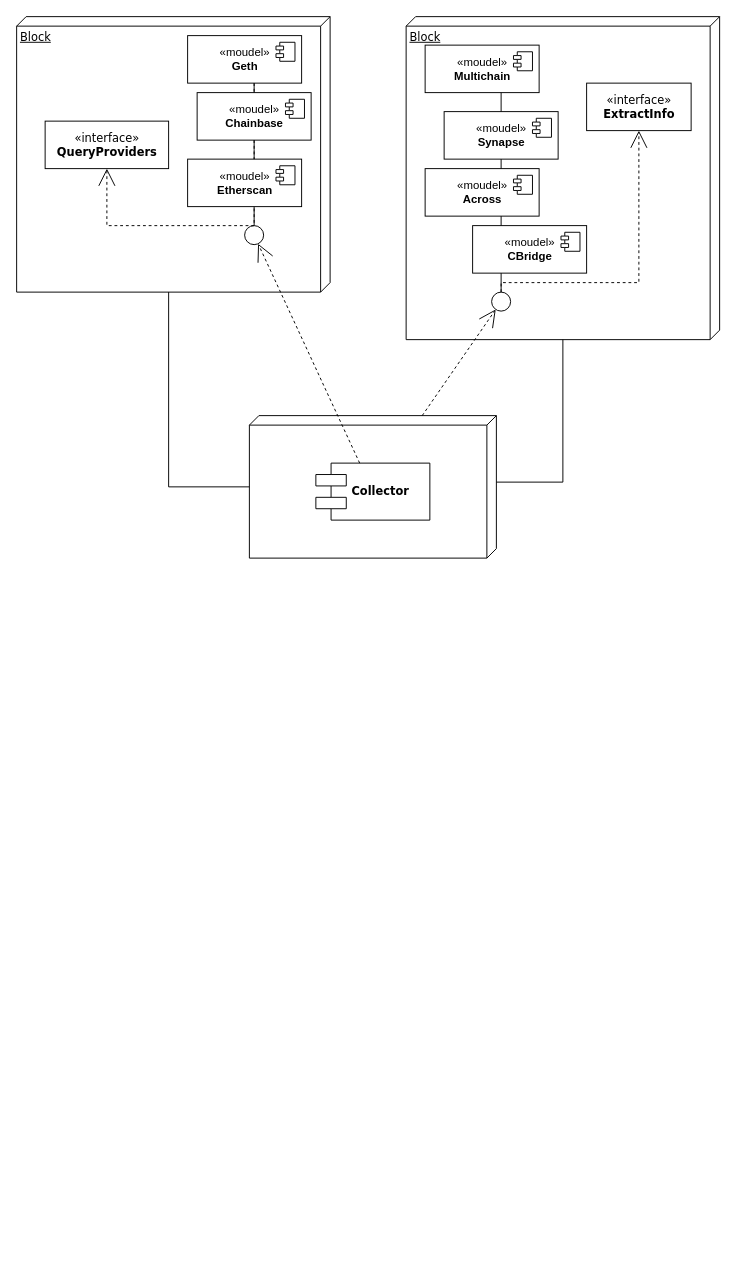
Before: page "Page-1" (1 of 4) of 模块.drawio in newTechToX/cross_chain, a draw.io diagram. Source tidied: cells renumbered, new cells numbered last; positions are measured from the earlier drawing's top-left corner, leaving out a move shared by most shapes. Both pictures are drawn from the tidied source at 95%, with x=0, y=0 at pixel (16, 16).
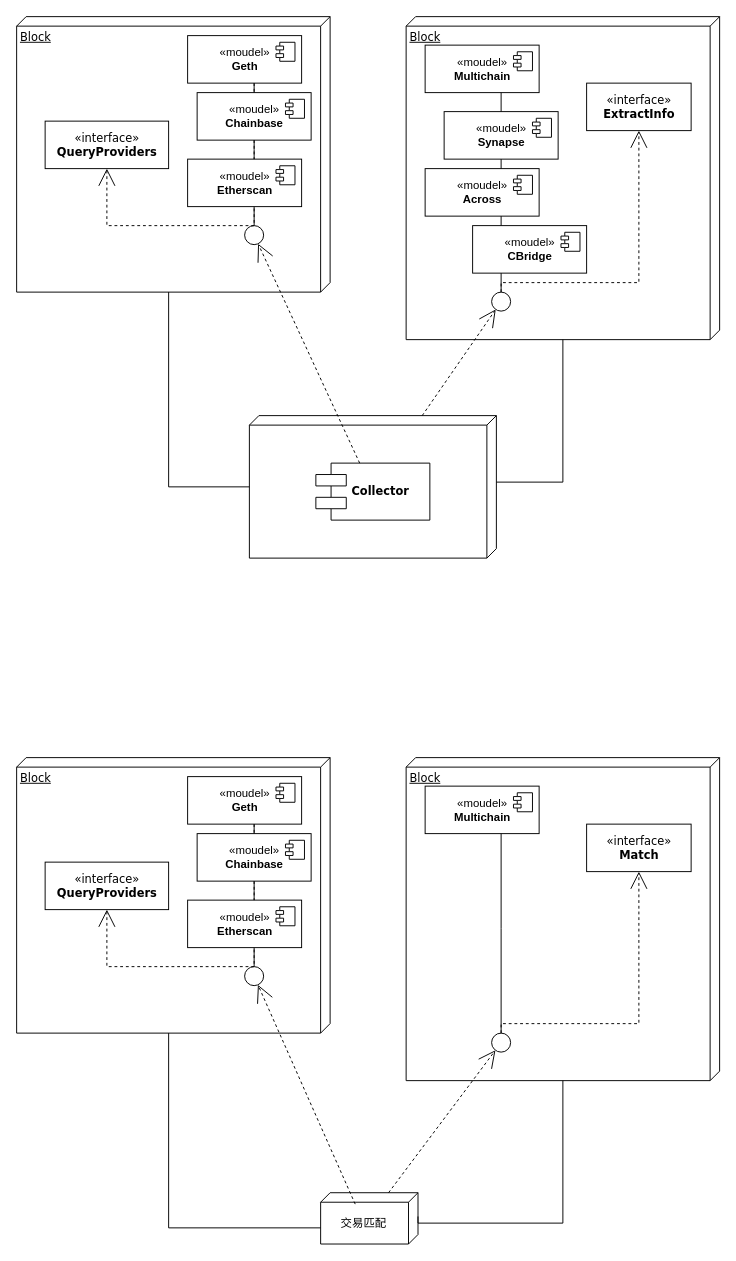
The same diagram, later.

The edit, as a diff of the source:
```diff
@@
+    <mxCell id="32" value="Block" style="verticalAlign=top;align=left;spacingTop=8;spacingLeft=2;spacingRight=12;shape=cube;size=10;direction=south;fontStyle=4;html=1;rounded=0;shadow=0;comic=0;labelBackgroundColor=none;strokeWidth=1;fontFamily=Verdana;fontSize=12;" parent="1" vertex="1">
+      <mxGeometry y="780" width="330" height="290" as="geometry" />
+    </mxCell>
+    <mxCell id="33" value="Block" style="verticalAlign=top;align=left;spacingTop=8;spacingLeft=2;spacingRight=12;shape=cube;size=10;direction=south;fontStyle=4;html=1;rounded=0;shadow=0;comic=0;labelBackgroundColor=none;strokeWidth=1;fontFamily=Verdana;fontSize=12;" parent="1" vertex="1">
+      <mxGeometry x="410" y="780" width="330" height="340" as="geometry" />
+    </mxCell>
+    <mxCell id="34" style="verticalAlign=top;align=left;spacingTop=8;spacingLeft=2;spacingRight=12;shape=cube;size=10;direction=south;fontStyle=4;html=1;rounded=0;shadow=0;comic=0;labelBackgroundColor=none;strokeWidth=1;fontFamily=Verdana;fontSize=12;" parent="1" vertex="1">
+      <mxGeometry x="320" y="1238" width="102.5" height="54" as="geometry" />
+    </mxCell>
+    <mxCell id="35" value="«interface»&lt;br&gt;&lt;b&gt;QueryProviders&lt;/b&gt;" style="html=1;rounded=0;shadow=0;comic=0;labelBackgroundColor=none;strokeWidth=1;fontFamily=Verdana;fontSize=12;align=center;" parent="1" vertex="1">
+      <mxGeometry x="30" y="890" width="130" height="50" as="geometry" />
+    </mxCell>
+    <mxCell id="36" style="ellipse;whiteSpace=wrap;html=1;rounded=0;shadow=0;comic=0;labelBackgroundColor=none;strokeWidth=1;fontFamily=Verdana;fontSize=12;align=center;" parent="1" vertex="1">
+      <mxGeometry x="240" y="1000" width="20" height="20" as="geometry" />
+    </mxCell>
+    <mxCell id="37" value="«interface»&lt;br&gt;&lt;b&gt;Match&lt;/b&gt;" style="html=1;rounded=0;shadow=0;comic=0;labelBackgroundColor=none;strokeWidth=1;fontFamily=Verdana;fontSize=12;align=center;" parent="1" vertex="1">
+      <mxGeometry x="600" y="850" width="110" height="50" as="geometry" />
+    </mxCell>
+    <mxCell id="38" style="ellipse;whiteSpace=wrap;html=1;rounded=0;shadow=0;comic=0;labelBackgroundColor=none;strokeWidth=1;fontFamily=Verdana;fontSize=12;align=center;" parent="1" vertex="1">
+      <mxGeometry x="500" y="1070" width="20" height="20" as="geometry" />
+    </mxCell>
+    <mxCell id="39" style="edgeStyle=none;rounded=0;html=1;dashed=1;labelBackgroundColor=none;startArrow=none;startFill=0;startSize=8;endArrow=open;endFill=0;endSize=16;fontFamily=Verdana;fontSize=12;" parent="1" edge="1" target="36">
+      <mxGeometry relative="1" as="geometry">
+        <mxPoint x="356.4" y="1250" as="sourcePoint" />
+      </mxGeometry>
+    </mxCell>
+    <mxCell id="40" style="edgeStyle=none;rounded=0;html=1;dashed=1;labelBackgroundColor=none;startArrow=none;startFill=0;startSize=8;endArrow=open;endFill=0;endSize=16;fontFamily=Verdana;fontSize=12;" parent="1" edge="1" source="34" target="38">
+      <mxGeometry relative="1" as="geometry" />
+    </mxCell>
+    <mxCell id="41" style="edgeStyle=elbowEdgeStyle;rounded=0;html=1;labelBackgroundColor=none;startArrow=none;startFill=0;startSize=8;endArrow=none;endFill=0;endSize=16;fontFamily=Verdana;fontSize=12;" parent="1" edge="1" source="38">
+      <mxGeometry relative="1" as="geometry">
+        <mxPoint x="510" y="850" as="targetPoint" />
+      </mxGeometry>
+    </mxCell>
+    <mxCell id="42" style="edgeStyle=elbowEdgeStyle;rounded=0;html=1;labelBackgroundColor=none;startArrow=none;startFill=0;startSize=8;endArrow=none;endFill=0;endSize=16;fontFamily=Verdana;fontSize=12;exitX=0.5;exitY=0;exitDx=0;exitDy=0;" parent="1" edge="1" source="36">
+      <mxGeometry relative="1" as="geometry">
+        <mxPoint x="250" y="840" as="targetPoint" />
+      </mxGeometry>
+    </mxCell>
+    <mxCell id="43" style="edgeStyle=orthogonalEdgeStyle;rounded=0;html=1;labelBackgroundColor=none;startArrow=none;startFill=0;startSize=8;endArrow=open;endFill=0;endSize=16;fontFamily=Verdana;fontSize=12;dashed=1;entryX=0.5;entryY=1;entryDx=0;entryDy=0;" parent="1" edge="1" target="35">
+      <mxGeometry relative="1" as="geometry">
+        <mxPoint x="250" y="850" as="sourcePoint" />
+        <Array as="points">
+          <mxPoint x="250" y="1000" />
+          <mxPoint x="95" y="1000" />
+        </Array>
+      </mxGeometry>
+    </mxCell>
+    <mxCell id="44" style="edgeStyle=orthogonalEdgeStyle;rounded=0;html=1;dashed=1;labelBackgroundColor=none;startArrow=none;startFill=0;startSize=8;endArrow=open;endFill=0;endSize=16;fontFamily=Verdana;fontSize=12;exitX=0.5;exitY=0;exitDx=0;exitDy=0;" parent="1" edge="1" source="38" target="37">
+      <mxGeometry relative="1" as="geometry">
+        <Array as="points">
+          <mxPoint x="655" y="1060" />
+        </Array>
+      </mxGeometry>
+    </mxCell>
+    <mxCell id="45" style="edgeStyle=orthogonalEdgeStyle;rounded=0;html=1;labelBackgroundColor=none;startArrow=none;startFill=0;startSize=8;endArrow=none;endFill=0;endSize=16;fontFamily=Verdana;fontSize=12;exitX=0;exitY=0;exitDx=25;exitDy=0;exitPerimeter=0;" parent="1" edge="1" source="34" target="33">
+      <mxGeometry relative="1" as="geometry">
+        <Array as="points">
+          <mxPoint x="422" y="1270" />
+          <mxPoint x="575" y="1270" />
+        </Array>
+      </mxGeometry>
+    </mxCell>
+    <mxCell id="46" style="edgeStyle=orthogonalEdgeStyle;rounded=0;html=1;labelBackgroundColor=none;startArrow=none;startFill=0;startSize=8;endArrow=none;endFill=0;endSize=16;fontFamily=Verdana;fontSize=12;entryX=0;entryY=0;entryDx=290;entryDy=170;entryPerimeter=0;" parent="1" edge="1" source="34" target="32">
+      <mxGeometry relative="1" as="geometry">
+        <Array as="points">
+          <mxPoint x="160" y="1275" />
+        </Array>
+      </mxGeometry>
+    </mxCell>
+    <mxCell id="47" value="«moudel»&lt;br&gt;&lt;b&gt;Geth&lt;/b&gt;" style="html=1;" parent="1" vertex="1">
+      <mxGeometry x="180" y="800" width="120" height="50" as="geometry" />
+    </mxCell>
+    <mxCell id="48" style="shape=module;jettyWidth=8;jettyHeight=4;" parent="47" vertex="1">
+      <mxGeometry x="1" width="20" height="20" relative="1" as="geometry">
+        <mxPoint x="-27" y="7" as="offset" />
+      </mxGeometry>
+    </mxCell>
+    <mxCell id="49" value="«moudel»&lt;br&gt;&lt;b&gt;Chainbase&lt;/b&gt;" style="html=1;" parent="1" vertex="1">
+      <mxGeometry x="190" y="860" width="120" height="50" as="geometry" />
+    </mxCell>
+    <mxCell id="50" style="shape=module;jettyWidth=8;jettyHeight=4;" parent="49" vertex="1">
+      <mxGeometry x="1" width="20" height="20" relative="1" as="geometry">
+        <mxPoint x="-27" y="7" as="offset" />
+      </mxGeometry>
+    </mxCell>
+    <mxCell id="51" value="«moudel»&lt;br&gt;&lt;b&gt;Etherscan&lt;/b&gt;" style="html=1;" parent="1" vertex="1">
+      <mxGeometry x="180" y="930" width="120" height="50" as="geometry" />
+    </mxCell>
+    <mxCell id="52" style="shape=module;jettyWidth=8;jettyHeight=4;" parent="51" vertex="1">
+      <mxGeometry x="1" width="20" height="20" relative="1" as="geometry">
+        <mxPoint x="-27" y="7" as="offset" />
+      </mxGeometry>
+    </mxCell>
+    <mxCell id="53" value="«moudel»&lt;br&gt;&lt;b&gt;Multichain&lt;/b&gt;" style="html=1;" parent="1" vertex="1">
+      <mxGeometry x="430" y="810" width="120" height="50" as="geometry" />
+    </mxCell>
+    <mxCell id="54" style="shape=module;jettyWidth=8;jettyHeight=4;" parent="53" vertex="1">
+      <mxGeometry x="1" width="20" height="20" relative="1" as="geometry">
+        <mxPoint x="-27" y="7" as="offset" />
+      </mxGeometry>
+    </mxCell>
+    <mxCell id="55" value="交易匹配" style="text;html=1;align=center;verticalAlign=middle;strokeColor=none;fillColor=none;" parent="1" vertex="1">
+      <mxGeometry x="330" y="1256" width="70" height="30" as="geometry" />
+    </mxCell>
```
